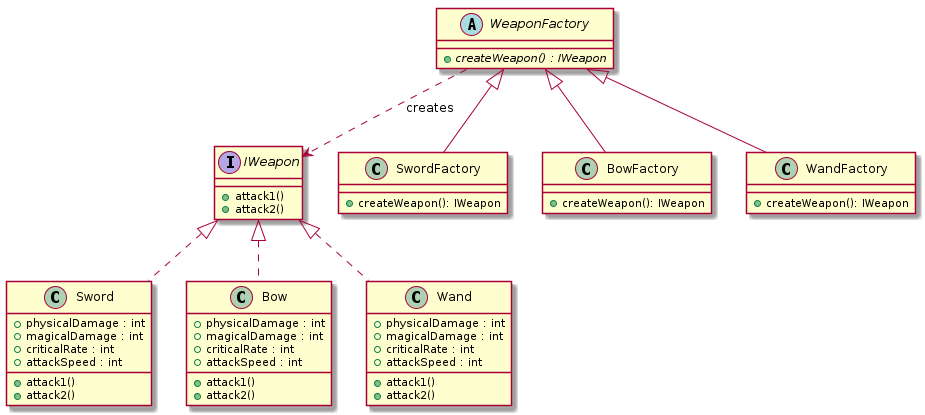
The PlantUML diagram UML/Factory_Method/weapon.factory-method.png in project-survivor/documentation, before a commit.
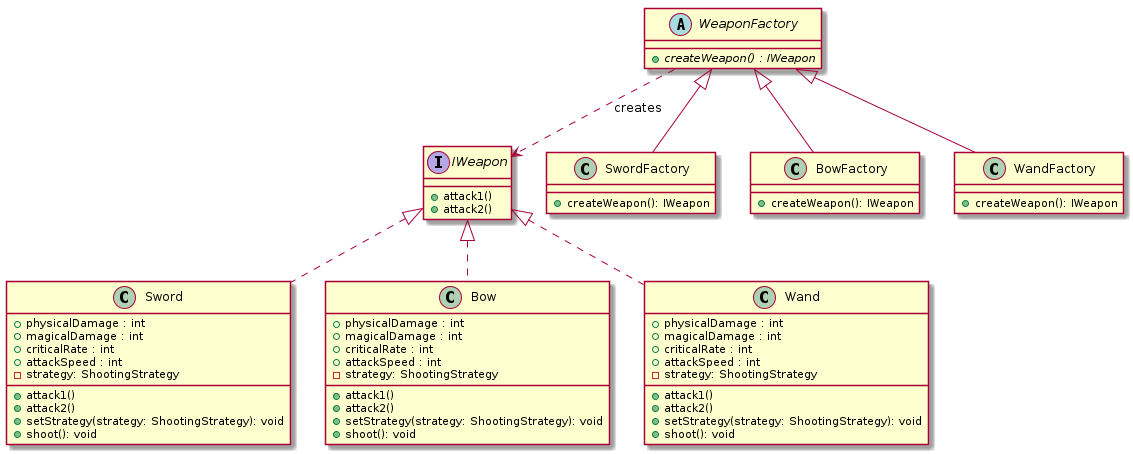
After the commit.

What changed in the source:
```diff
@@ -14,8 +14,11 @@
     + magicalDamage : int
     + criticalRate : int
     + attackSpeed : int
+    -strategy: ShootingStrategy
     + attack1()
     + attack2()
+    +setStrategy(strategy: ShootingStrategy): void
+    +shoot(): void
 }
 
 class Bow implements IWeapon {
@@ -23,8 +26,11 @@
     + magicalDamage : int
     + criticalRate : int
     + attackSpeed : int
+    -strategy: ShootingStrategy
     + attack1()
     + attack2()
+    +setStrategy(strategy: ShootingStrategy): void
+    +shoot(): void
 }
 
 class Wand implements IWeapon {
@@ -32,8 +38,11 @@
     + magicalDamage : int
     + criticalRate : int
     + attackSpeed : int
+    -strategy: ShootingStrategy
     + attack1()
     + attack2()
+    +setStrategy(strategy: ShootingStrategy): void
+    +shoot(): void
 }
 
 class SwordFactory extends WeaponFactory {
```
